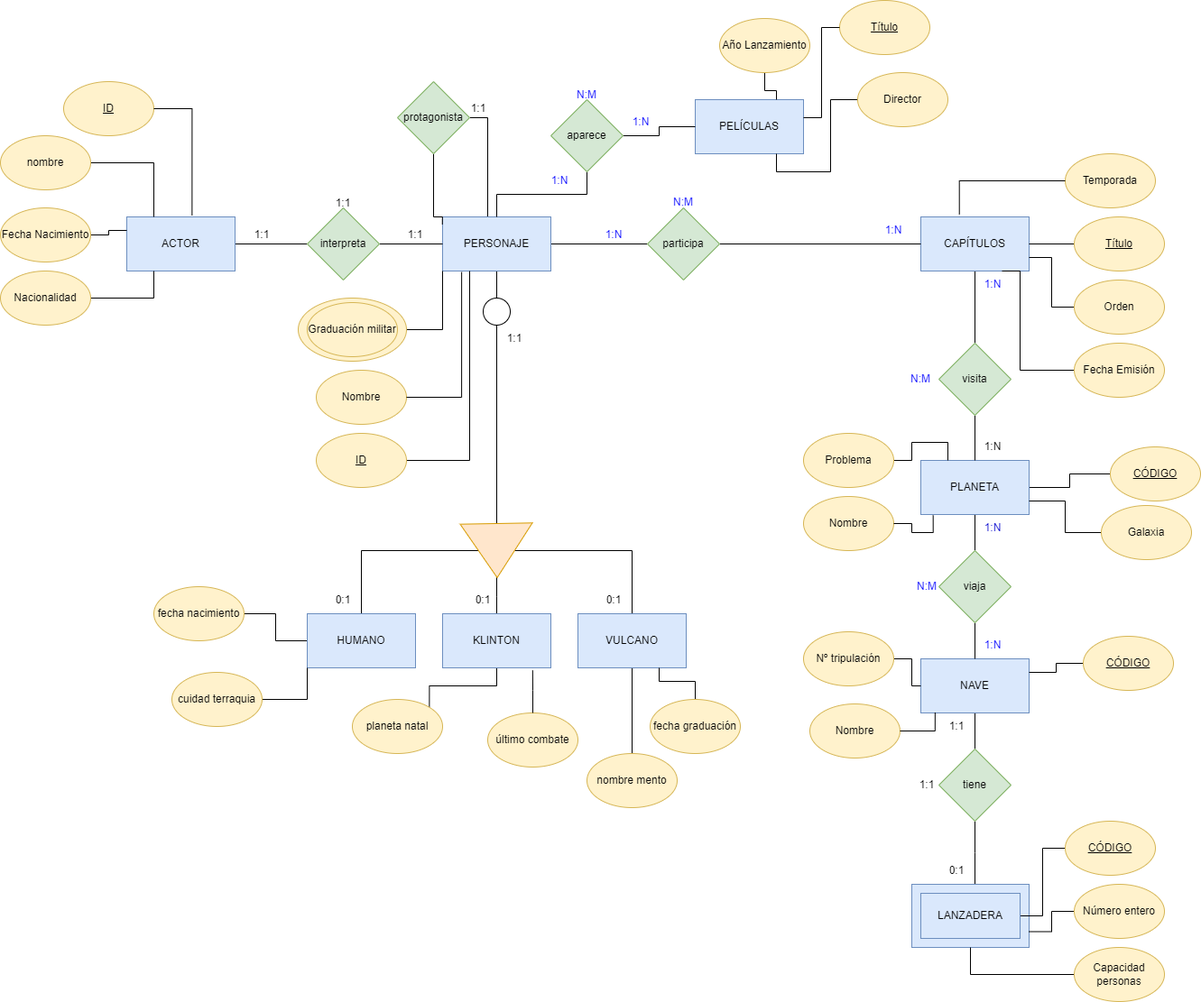
Before: Unidad-1/Tareas/Tarea Evaluable 3/eval3.drawio.png, a diagram exported from draw.io (YoooKai/Base-de-Datos). Source tidied: cells renumbered, new cells last; positions are measured from the earlier drawing's top-left corner, leaving out a move shared by most shapes.
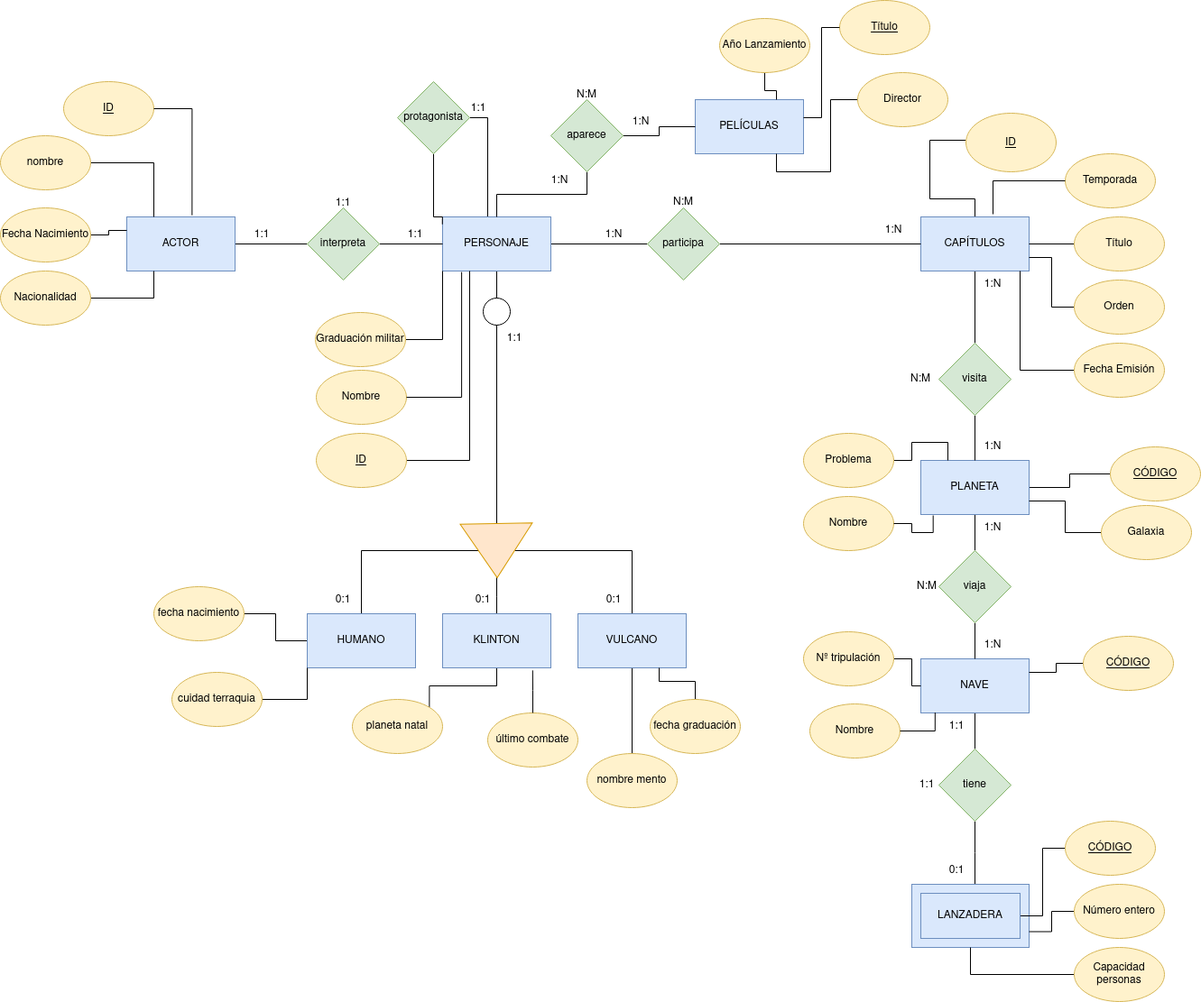
Above is the later version.

What changed in the source:
```diff
@@ -5,6 +5,16 @@
     <mxCell id="2" style="edgeStyle=orthogonalEdgeStyle;rounded=0;jettySize=auto;html=1;endArrow=none;endFill=0;" parent="1" edge="1" source="3" target="17">
       <mxGeometry relative="1" as="geometry" />
     </mxCell>
+    <mxCell id="124" style="edgeStyle=orthogonalEdgeStyle;rounded=0;jettySize=auto;html=1;entryX=0;entryY=0.5;entryDx=0;entryDy=0;endArrow=none;endFill=0;" parent="1" edge="1" source="3">
+      <mxGeometry relative="1" as="geometry">
+        <mxPoint x="1070" y="155" as="targetPoint" />
+        <Array as="points">
+          <mxPoint x="1080" y="220" />
+          <mxPoint x="1030" y="220" />
+          <mxPoint x="1030" y="155" />
+        </Array>
+      </mxGeometry>
+    </mxCell>
     <mxCell id="3" value="CAPÍTULOS" style="rounded=0;whiteSpace=wrap;html=1;fillColor=#dae8fc;strokeColor=#6c8ebf;" parent="1" vertex="1">
       <mxGeometry x="1020" y="240" width="120" height="60" as="geometry" />
     </mxCell>
@@ -197,7 +207,7 @@
     <mxCell id="61" style="edgeStyle=orthogonalEdgeStyle;rounded=0;jettySize=auto;html=1;endArrow=none;endFill=0;" parent="1" edge="1" source="62" target="3">
       <mxGeometry relative="1" as="geometry" />
     </mxCell>
-    <mxCell id="62" value="&lt;u&gt;Título&lt;/u&gt;" style="ellipse;whiteSpace=wrap;html=1;fillColor=#fff2cc;strokeColor=#d6b656;" parent="1" vertex="1">
+    <mxCell id="62" value="Título" style="ellipse;whiteSpace=wrap;html=1;fillColor=#fff2cc;strokeColor=#d6b656;" parent="1" vertex="1">
       <mxGeometry x="1190" y="240" width="100" height="60" as="geometry" />
     </mxCell>
     <mxCell id="63" style="edgeStyle=orthogonalEdgeStyle;rounded=0;jettySize=auto;html=1;entryX=1;entryY=0.75;entryDx=0;entryDy=0;endArrow=none;endFill=0;" parent="1" edge="1" source="64" target="3">
@@ -206,8 +216,9 @@
     <mxCell id="64" value="Orden" style="ellipse;whiteSpace=wrap;html=1;fillColor=#fff2cc;strokeColor=#d6b656;" parent="1" vertex="1">
       <mxGeometry x="1190" y="310" width="100" height="60" as="geometry" />
     </mxCell>
-    <mxCell id="65" style="edgeStyle=orthogonalEdgeStyle;rounded=0;jettySize=auto;html=1;entryX=0.75;entryY=1;entryDx=0;entryDy=0;endArrow=none;endFill=0;" parent="1" edge="1" source="66" target="3">
+    <mxCell id="65" style="edgeStyle=orthogonalEdgeStyle;rounded=0;jettySize=auto;html=1;endArrow=none;endFill=0;" parent="1" edge="1" source="66">
       <mxGeometry relative="1" as="geometry">
+        <mxPoint x="1130" y="300" as="targetPoint" />
         <Array as="points">
           <mxPoint x="1130" y="410" />
           <mxPoint x="1130" y="300" />
@@ -283,8 +294,14 @@
     <mxCell id="88" style="edgeStyle=orthogonalEdgeStyle;rounded=0;jettySize=auto;html=1;entryX=1;entryY=0.333;entryDx=0;entryDy=0;entryPerimeter=0;endArrow=none;endFill=0;" parent="1" edge="1" source="69" target="13">
       <mxGeometry relative="1" as="geometry" />
     </mxCell>
-    <mxCell id="89" style="edgeStyle=orthogonalEdgeStyle;rounded=0;jettySize=auto;html=1;entryX=0.356;entryY=-0.048;entryDx=0;entryDy=0;entryPerimeter=0;endArrow=none;endFill=0;" parent="1" edge="1" source="60" target="3">
-      <mxGeometry relative="1" as="geometry" />
+    <mxCell id="89" style="edgeStyle=orthogonalEdgeStyle;rounded=0;jettySize=auto;html=1;endArrow=none;endFill=0;" parent="1" edge="1" source="60">
+      <mxGeometry relative="1" as="geometry">
+        <mxPoint x="1100" y="237" as="targetPoint" />
+        <Array as="points">
+          <mxPoint x="1100" y="200" />
+          <mxPoint x="1100" y="237" />
+        </Array>
+      </mxGeometry>
     </mxCell>
     <mxCell id="90" style="edgeStyle=orthogonalEdgeStyle;rounded=0;jettySize=auto;html=1;entryX=0.114;entryY=1.017;entryDx=0;entryDy=0;entryPerimeter=0;endArrow=none;endFill=0;" parent="1" edge="1" source="75" target="6">
       <mxGeometry relative="1" as="geometry" />
@@ -305,18 +322,12 @@
     <mxCell id="94" value="Nombre" style="ellipse;whiteSpace=wrap;html=1;fillColor=#fff2cc;strokeColor=#d6b656;" parent="1" vertex="1">
       <mxGeometry x="350" y="410" width="100" height="60" as="geometry" />
     </mxCell>
-    <mxCell id="95" style="edgeStyle=orthogonalEdgeStyle;rounded=0;jettySize=auto;html=1;entryX=0;entryY=1;entryDx=0;entryDy=0;endArrow=none;endFill=0;" parent="1" edge="1" source="96" target="10">
+    <mxCell id="95" style="edgeStyle=orthogonalEdgeStyle;rounded=0;jettySize=auto;html=1;entryX=0;entryY=1;entryDx=0;entryDy=0;endArrow=none;endFill=0;" parent="1" edge="1" source="98" target="10">
       <mxGeometry relative="1" as="geometry" />
     </mxCell>
-    <mxCell id="96" style="ellipse;whiteSpace=wrap;html=1;fillColor=#fff2cc;strokeColor=#d6b656;" parent="1" vertex="1">
-      <mxGeometry x="330" y="330" width="120" height="70" as="geometry" />
-    </mxCell>
     <mxCell id="97" style="edgeStyle=orthogonalEdgeStyle;rounded=0;jettySize=auto;html=1;entryX=0.176;entryY=1.019;entryDx=0;entryDy=0;entryPerimeter=0;endArrow=none;endFill=0;" parent="1" edge="1" source="94" target="10">
       <mxGeometry relative="1" as="geometry" />
     </mxCell>
-    <mxCell id="98" value="Graduación militar" style="ellipse;whiteSpace=wrap;html=1;fillColor=#fff2cc;strokeColor=#d6b656;" parent="1" vertex="1">
-      <mxGeometry x="340" y="335" width="100" height="60" as="geometry" />
-    </mxCell>
     <mxCell id="99" value="1:1" style="text;html=1;strokeColor=none;fillColor=none;align=center;verticalAlign=middle;whiteSpace=wrap;rounded=0;" parent="1" vertex="1">
       <mxGeometry x="260" y="245" width="60" height="30" as="geometry" />
     </mxCell>
@@ -335,13 +346,13 @@
     <mxCell id="104" value="1:1" style="text;html=1;strokeColor=none;fillColor=none;align=center;verticalAlign=middle;whiteSpace=wrap;rounded=0;" parent="1" vertex="1">
       <mxGeometry x="500" y="105" width="60" height="30" as="geometry" />
     </mxCell>
-    <mxCell id="105" value="&lt;font&gt;1:N&lt;/font&gt;" style="text;html=1;strokeColor=none;fillColor=none;align=center;verticalAlign=middle;whiteSpace=wrap;rounded=0;fontColor=#0000FF;" parent="1" vertex="1">
+    <mxCell id="105" value="&lt;font&gt;1:N&lt;/font&gt;" style="text;html=1;strokeColor=none;fillColor=none;align=center;verticalAlign=middle;whiteSpace=wrap;rounded=0;fontColor=#000000;" parent="1" vertex="1">
       <mxGeometry x="680" y="120" width="60" height="30" as="geometry" />
     </mxCell>
-    <mxCell id="106" value="&lt;font&gt;1:N&lt;/font&gt;" style="text;html=1;strokeColor=none;fillColor=none;align=center;verticalAlign=middle;whiteSpace=wrap;rounded=0;fontColor=#0000FF;" parent="1" vertex="1">
+    <mxCell id="106" value="&lt;font&gt;1:N&lt;/font&gt;" style="text;html=1;strokeColor=none;fillColor=none;align=center;verticalAlign=middle;whiteSpace=wrap;rounded=0;fontColor=#000000;" parent="1" vertex="1">
       <mxGeometry x="590" y="185" width="60" height="30" as="geometry" />
     </mxCell>
-    <mxCell id="107" value="&lt;font&gt;N:M&lt;/font&gt;" style="text;html=1;strokeColor=none;fillColor=none;align=center;verticalAlign=middle;whiteSpace=wrap;rounded=0;fontColor=#0000FF;" parent="1" vertex="1">
+    <mxCell id="107" value="&lt;font&gt;N:M&lt;/font&gt;" style="text;html=1;strokeColor=none;fillColor=none;align=center;verticalAlign=middle;whiteSpace=wrap;rounded=0;fontColor=#000000;" parent="1" vertex="1">
       <mxGeometry x="620" y="90" width="60" height="30" as="geometry" />
     </mxCell>
     <mxCell id="108" value="1:1" style="text;html=1;strokeColor=none;fillColor=none;align=center;verticalAlign=middle;whiteSpace=wrap;rounded=0;" parent="1" vertex="1">
@@ -350,22 +361,22 @@
     <mxCell id="109" value="1:1" style="text;html=1;strokeColor=none;fillColor=none;align=center;verticalAlign=middle;whiteSpace=wrap;rounded=0;" parent="1" vertex="1">
       <mxGeometry x="350" y="210" width="60" height="30" as="geometry" />
     </mxCell>
-    <mxCell id="110" value="&lt;font&gt;1:N&lt;/font&gt;" style="text;html=1;strokeColor=none;fillColor=none;align=center;verticalAlign=middle;whiteSpace=wrap;rounded=0;fontColor=#0000FF;" parent="1" vertex="1">
+    <mxCell id="110" value="&lt;font&gt;1:N&lt;/font&gt;" style="text;html=1;strokeColor=none;fillColor=none;align=center;verticalAlign=middle;whiteSpace=wrap;rounded=0;fontColor=#000000;" parent="1" vertex="1">
       <mxGeometry x="960" y="240" width="60" height="30" as="geometry" />
     </mxCell>
-    <mxCell id="111" value="&lt;font&gt;1:N&lt;/font&gt;" style="text;html=1;strokeColor=none;fillColor=none;align=center;verticalAlign=middle;whiteSpace=wrap;rounded=0;fontColor=#0000FF;" parent="1" vertex="1">
+    <mxCell id="111" value="&lt;font&gt;1:N&lt;/font&gt;" style="text;html=1;strokeColor=none;fillColor=none;align=center;verticalAlign=middle;whiteSpace=wrap;rounded=0;fontColor=#000000;" parent="1" vertex="1">
       <mxGeometry x="650" y="245" width="60" height="30" as="geometry" />
     </mxCell>
-    <mxCell id="112" value="&lt;font&gt;N:M&lt;/font&gt;" style="text;html=1;strokeColor=none;fillColor=none;align=center;verticalAlign=middle;whiteSpace=wrap;rounded=0;fontColor=#0000FF;" parent="1" vertex="1">
+    <mxCell id="112" value="&lt;font&gt;N:M&lt;/font&gt;" style="text;html=1;strokeColor=none;fillColor=none;align=center;verticalAlign=middle;whiteSpace=wrap;rounded=0;fontColor=#000000;" parent="1" vertex="1">
       <mxGeometry x="727" y="209" width="60" height="30" as="geometry" />
     </mxCell>
     <mxCell id="113" value="1:N" style="text;html=1;strokeColor=none;fillColor=none;align=center;verticalAlign=middle;whiteSpace=wrap;rounded=0;" parent="1" vertex="1">
       <mxGeometry x="1070" y="480" width="60" height="30" as="geometry" />
     </mxCell>
-    <mxCell id="114" value="&lt;font&gt;1:N&lt;/font&gt;" style="text;html=1;strokeColor=none;fillColor=none;align=center;verticalAlign=middle;whiteSpace=wrap;rounded=0;fontColor=#0000FF;" parent="1" vertex="1">
+    <mxCell id="114" value="&lt;font&gt;1:N&lt;/font&gt;" style="text;html=1;strokeColor=none;fillColor=none;align=center;verticalAlign=middle;whiteSpace=wrap;rounded=0;fontColor=#000000;" parent="1" vertex="1">
       <mxGeometry x="1070" y="300" width="60" height="30" as="geometry" />
     </mxCell>
-    <mxCell id="115" value="&lt;font&gt;N:M&lt;/font&gt;" style="text;html=1;strokeColor=none;fillColor=none;align=center;verticalAlign=middle;whiteSpace=wrap;rounded=0;fontColor=#0000FF;" parent="1" vertex="1">
+    <mxCell id="115" value="&lt;font&gt;N:M&lt;/font&gt;" style="text;html=1;strokeColor=none;fillColor=none;align=center;verticalAlign=middle;whiteSpace=wrap;rounded=0;fontColor=#000000;" parent="1" vertex="1">
       <mxGeometry x="990" y="405" width="60" height="30" as="geometry" />
     </mxCell>
     <mxCell id="116" value="0:1" style="text;html=1;strokeColor=none;fillColor=none;align=center;verticalAlign=middle;whiteSpace=wrap;rounded=0;" parent="1" vertex="1">
@@ -383,14 +394,25 @@
     <mxCell id="120" value="&lt;u&gt;ID&lt;/u&gt;" style="ellipse;whiteSpace=wrap;html=1;fillColor=#fff2cc;strokeColor=#d6b656;" parent="1" vertex="1">
       <mxGeometry x="350" y="480" width="100" height="60" as="geometry" />
     </mxCell>
-    <mxCell id="121" value="&lt;font color=&quot;#0000cc&quot;&gt;1:N&lt;/font&gt;" style="text;html=1;strokeColor=none;fillColor=none;align=center;verticalAlign=middle;whiteSpace=wrap;rounded=0;" parent="1" vertex="1">
+    <mxCell id="121" value="&lt;font&gt;1:N&lt;/font&gt;" style="text;html=1;strokeColor=none;fillColor=none;align=center;verticalAlign=middle;whiteSpace=wrap;rounded=0;fontColor=#000000;" parent="1" vertex="1">
       <mxGeometry x="1070" y="570" width="60" height="30" as="geometry" />
     </mxCell>
-    <mxCell id="122" value="&lt;font color=&quot;#0000ff&quot;&gt;1:N&lt;/font&gt;" style="text;html=1;strokeColor=none;fillColor=none;align=center;verticalAlign=middle;whiteSpace=wrap;rounded=0;" parent="1" vertex="1">
+    <mxCell id="122" value="&lt;font&gt;1:N&lt;/font&gt;" style="text;html=1;strokeColor=none;fillColor=none;align=center;verticalAlign=middle;whiteSpace=wrap;rounded=0;fontColor=#000000;" parent="1" vertex="1">
       <mxGeometry x="1070" y="700" width="60" height="30" as="geometry" />
     </mxCell>
-    <mxCell id="123" value="&lt;font&gt;N:M&lt;/font&gt;" style="text;html=1;strokeColor=none;fillColor=none;align=center;verticalAlign=middle;whiteSpace=wrap;rounded=0;fontColor=#0000FF;" parent="1" vertex="1">
+    <mxCell id="123" value="&lt;font&gt;N:M&lt;/font&gt;" style="text;html=1;strokeColor=none;fillColor=none;align=center;verticalAlign=middle;whiteSpace=wrap;rounded=0;fontColor=#000000;" parent="1" vertex="1">
       <mxGeometry x="997" y="635" width="60" height="30" as="geometry" />
     </mxCell>
+    <mxCell id="125" style="edgeStyle=orthogonalEdgeStyle;rounded=0;jettySize=auto;html=1;entryX=0;entryY=1;entryDx=0;entryDy=0;endArrow=none;endFill=0;" parent="1" edge="1" target="98">
+      <mxGeometry relative="1" as="geometry">
+        <mxPoint x="360" y="395.1" as="sourcePoint" />
+      </mxGeometry>
+    </mxCell>
+    <mxCell id="98" value="Graduación militar" style="ellipse;whiteSpace=wrap;html=1;fillColor=#fff2cc;strokeColor=#d6b656;" parent="1" vertex="1">
+      <mxGeometry x="349" y="346" width="100" height="60" as="geometry" />
+    </mxCell>
+    <mxCell id="126" value="ID" style="ellipse;whiteSpace=wrap;html=1;align=center;fontStyle=4;fillColor=#fff2cc;strokeColor=#d6b656;" parent="1" vertex="1">
+      <mxGeometry x="1070" y="125" width="100" height="65" as="geometry" />
+    </mxCell>
   </root>
 </mxGraphModel>
```
